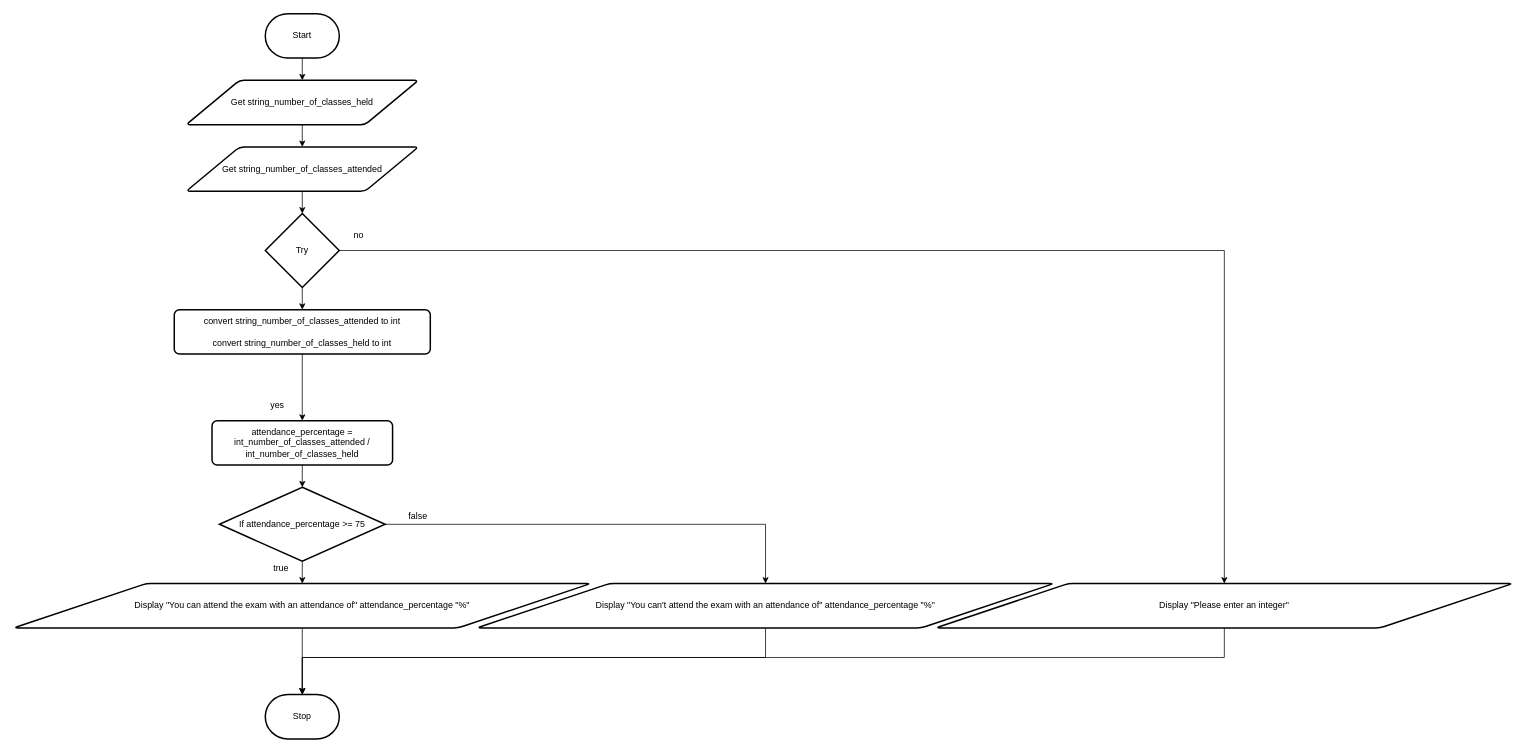
Before: page "Flowchart" (1 of 2) of design.drawio in Samuel-Webster-178/ICS3U-Assignment-04-Python, a draw.io diagram. Source tidied: cells renumbered, new cells numbered last; positions are measured from the earlier drawing's top-left corner, leaving out a move shared by most shapes. Both pictures are drawn from the tidied source at 74%, with x=0, y=0 at pixel (13, 13).
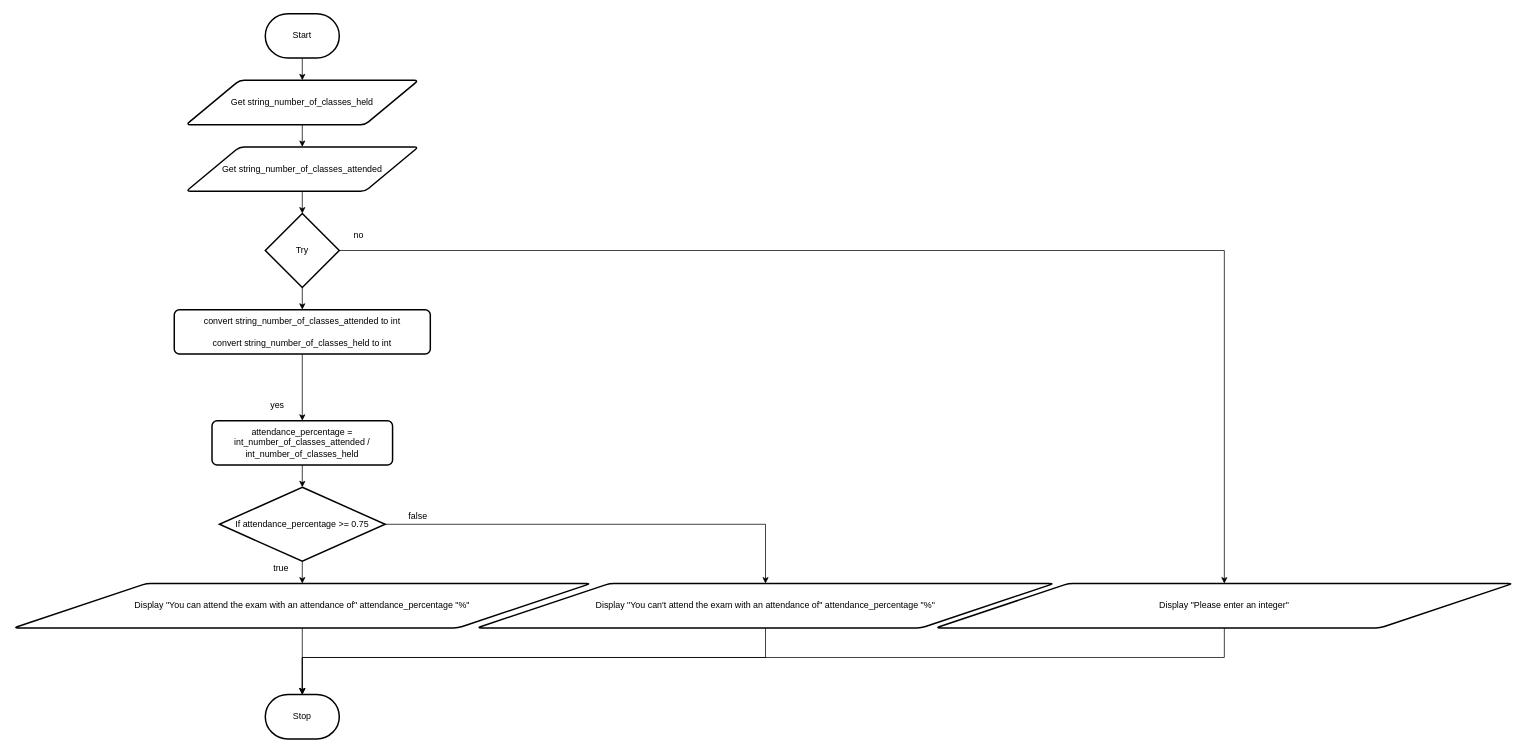
The same diagram, later.

What changed in the source:
```diff
@@
-    <mxCell id="18" value="If attendance_percentage &amp;gt;= 75" style="strokeWidth=2;html=1;shape=mxgraph.flowchart.decision;whiteSpace=wrap;" parent="1" vertex="1">
+    <mxCell id="18" value="If attendance_percentage &amp;gt;= 0.75" style="strokeWidth=2;html=1;shape=mxgraph.flowchart.decision;whiteSpace=wrap;" parent="1" vertex="1">
       <mxGeometry x="278" y="640" width="224" height="100" as="geometry" />
     </mxCell>
```
